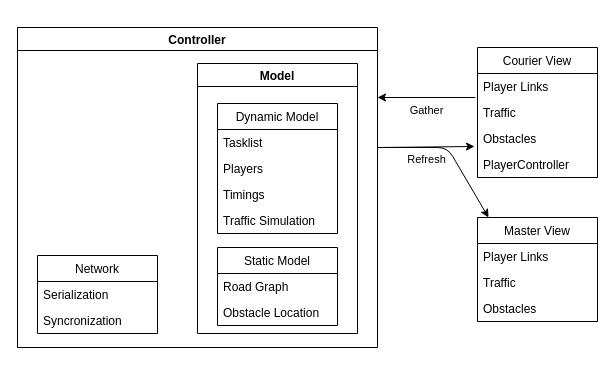
Before: diagrams/game architecture.drawio in jacopograndi/thesis, a draw.io diagram. Source tidied: cells renumbered, new cells numbered last; positions are measured from the earlier drawing's top-left corner, leaving out a move shared by most shapes. Both pictures are drawn from the tidied source at 100%, with x=0, y=0 at pixel (17, 27).
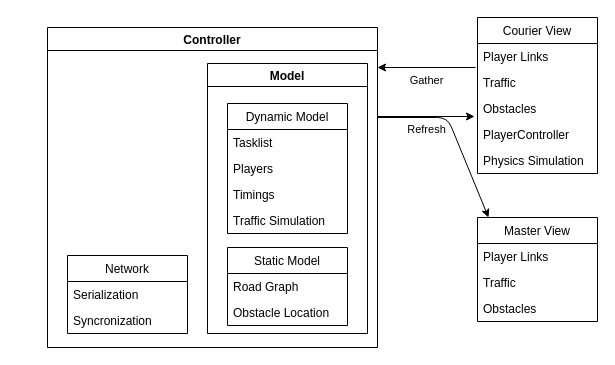
The same diagram, later.

The change refers to these unchanged cells:
```xml
<mxCell id="16" value="Player Links&#10;" style="text;strokeColor=none;fillColor=none;align=left;verticalAlign=top;spacingLeft=4;spacingRight=4;overflow=hidden;points=[[0,0.5],[1,0.5]];portConstraint=eastwest;" parent="15" vertex="1">
  <mxGeometry y="26" width="120" height="26" as="geometry" />
</mxCell>
<mxCell id="18" value="Obstacles" style="text;strokeColor=none;fillColor=none;align=left;verticalAlign=top;spacingLeft=4;spacingRight=4;overflow=hidden;points=[[0,0.5],[1,0.5]];portConstraint=eastwest;" parent="15" vertex="1">
  <mxGeometry y="78" width="120" height="26" as="geometry" />
</mxCell>
<mxCell id="20" value="Master View" style="swimlane;fontStyle=0;horizontal=1;startSize=26;" parent="1" vertex="1">
  <mxGeometry x="460" y="190" width="120" height="104" as="geometry" />
</mxCell>
```

Diff of the diagram source:
```diff
@@
     <mxCell id="2" value="Controller" style="swimlane;" parent="1" vertex="1">
-      <mxGeometry width="360" height="320" as="geometry" />
+      <mxGeometry x="30" width="330" height="320" as="geometry" />
     </mxCell>
     <mxCell id="3" value="Model" style="swimlane;" parent="2" vertex="1">
-      <mxGeometry x="180" y="36" width="160" height="270" as="geometry" />
+      <mxGeometry x="160" y="36" width="160" height="270" as="geometry" />
     </mxCell>
@@
     <mxCell id="15" value="Courier View" style="swimlane;fontStyle=0;horizontal=1;startSize=26;" parent="1" vertex="1">
-      <mxGeometry x="460" y="20" width="120" height="130" as="geometry" />
+      <mxGeometry x="460" y="-10" width="120" height="156" as="geometry" />
     </mxCell>
@@
+    <mxCell id="27" value="Physics Simulation" style="text;strokeColor=none;fillColor=none;align=left;verticalAlign=top;spacingLeft=4;spacingRight=4;overflow=hidden;" parent="15" vertex="1">
+      <mxGeometry y="130" width="120" height="26" as="geometry" />
+    </mxCell>
@@
     <mxCell id="24" value="Refresh" style="endArrow=classic;html=1;entryX=-0.025;entryY=0.808;entryDx=0;entryDy=0;entryPerimeter=0;horizontal=1;verticalAlign=top;" parent="1" edge="1" target="18">
       <mxGeometry relative="1" as="geometry">
-        <mxPoint x="360" y="120" as="sourcePoint" />
+        <mxPoint x="360" y="89" as="sourcePoint" />
       </mxGeometry>
     </mxCell>
     <mxCell id="25" style="endArrow=classic;html=1;entryX=0.092;entryY=0;entryDx=0;entryDy=0;entryPerimeter=0;" parent="1" edge="1" target="20">
       <mxGeometry relative="1" as="geometry">
-        <mxPoint x="360" y="120" as="sourcePoint" />
+        <mxPoint x="360" y="90" as="sourcePoint" />
         <Array as="points">
-          <mxPoint x="430" y="120" />
+          <mxPoint x="430" y="90" />
         </Array>
       </mxGeometry>
     </mxCell>
     <mxCell id="26" value="Gather" style="endArrow=classic;html=1;horizontal=1;verticalAlign=top;exitX=-0.017;exitY=0.923;exitDx=0;exitDy=0;exitPerimeter=0;" parent="1" edge="1" source="16">
       <mxGeometry relative="1" as="geometry">
-        <mxPoint x="360" y="70" as="targetPoint" />
+        <mxPoint x="360" y="40" as="targetPoint" />
       </mxGeometry>
     </mxCell>
```
